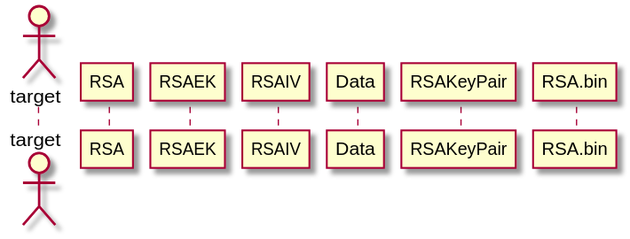
Earlier version of the PlantUML export architecture/sequence_diagrams/rsa.svg (bierschi/butterfly). Its diagram source:
```plantuml
@startuml

actor target
participant RSA
participant RSAEK
participant RSAIV
participant Data
participant RSAKeyPair

participant RSA.bin

autonumber

@enduml
```
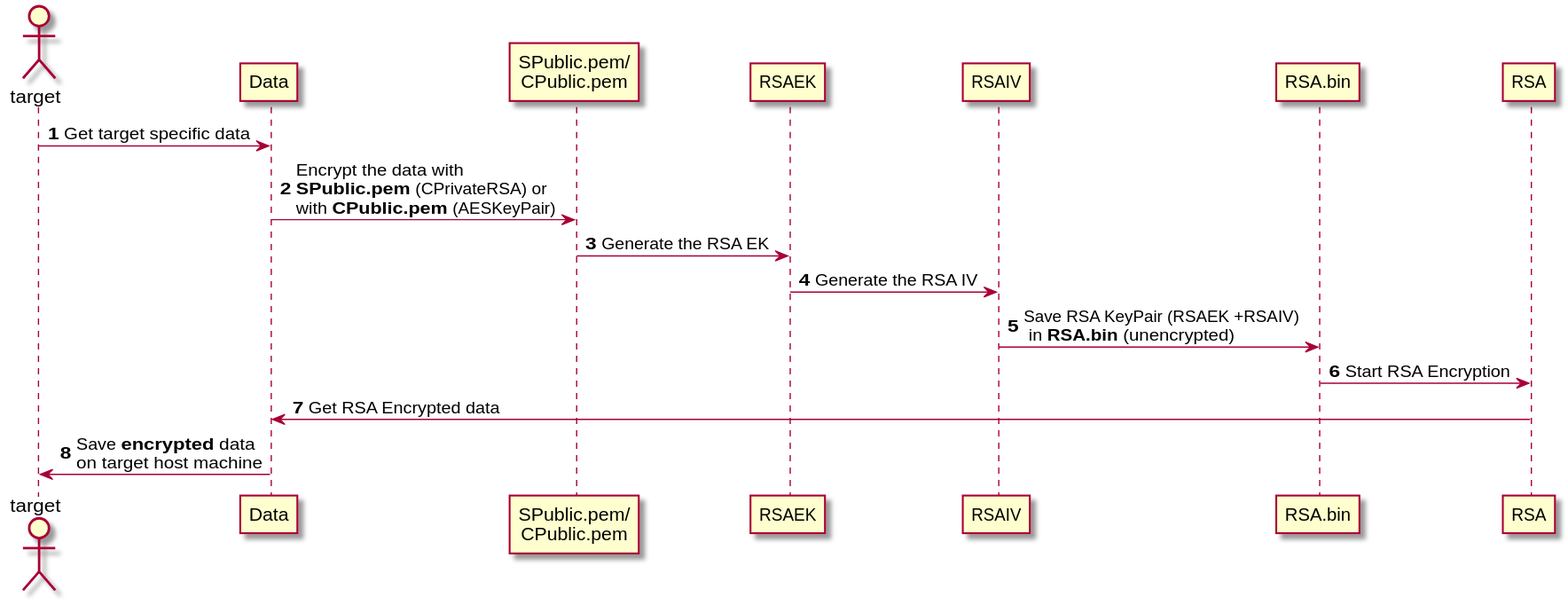
After the change.

The edit, as a diff of the source:
```diff
@@ -1,14 +1,20 @@
 @startuml
 
 actor target
-participant RSA
+participant Data
+participant "SPublic.pem/\nCPublic.pem" as SPublic.pem
 participant RSAEK
 participant RSAIV
-participant Data
-participant RSAKeyPair
-
 participant RSA.bin
+participant RSA
 
 autonumber
-
+target -> Data: Get target specific data
+Data -> SPublic.pem: Encrypt the data with \n**SPublic.pem** (CPrivateRSA) or \nwith **CPublic.pem** (AESKeyPair)
+SPublic.pem -> RSAEK: Generate the RSA EK
+RSAEK -> RSAIV: Generate the RSA IV
+RSAIV -> RSA.bin: Save RSA KeyPair (RSAEK +RSAIV)\n in **RSA.bin** (unencrypted)
+RSA.bin -> RSA: Start RSA Encryption
+RSA -> Data: Get RSA Encrypted data
+Data -> target: Save **encrypted** data\non target host machine
 @enduml
```
